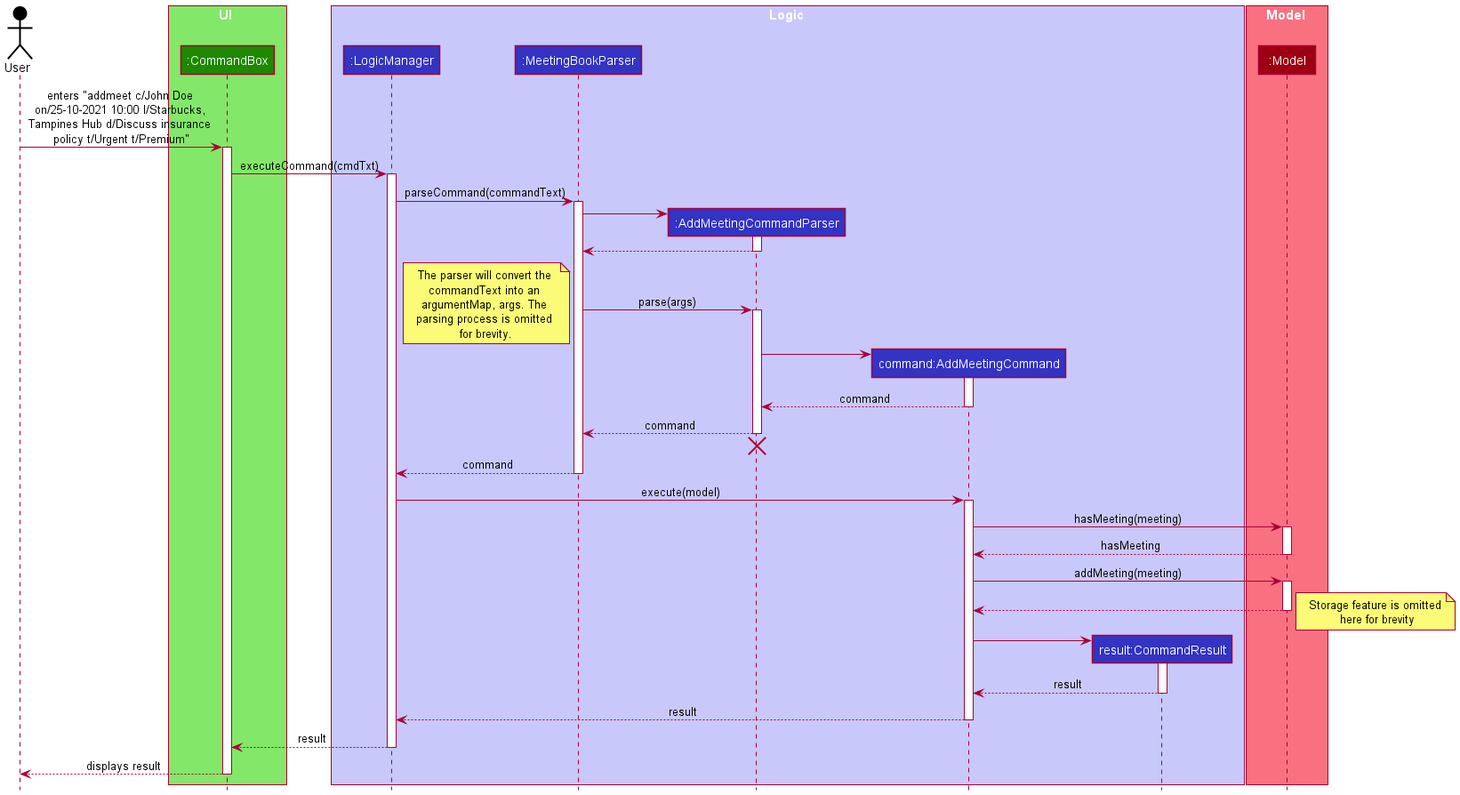
Above: docs/images/AddMeetingSequenceDiagram.png in nus-cs2103-AY2021S2/tp (PlantUML), before the change.
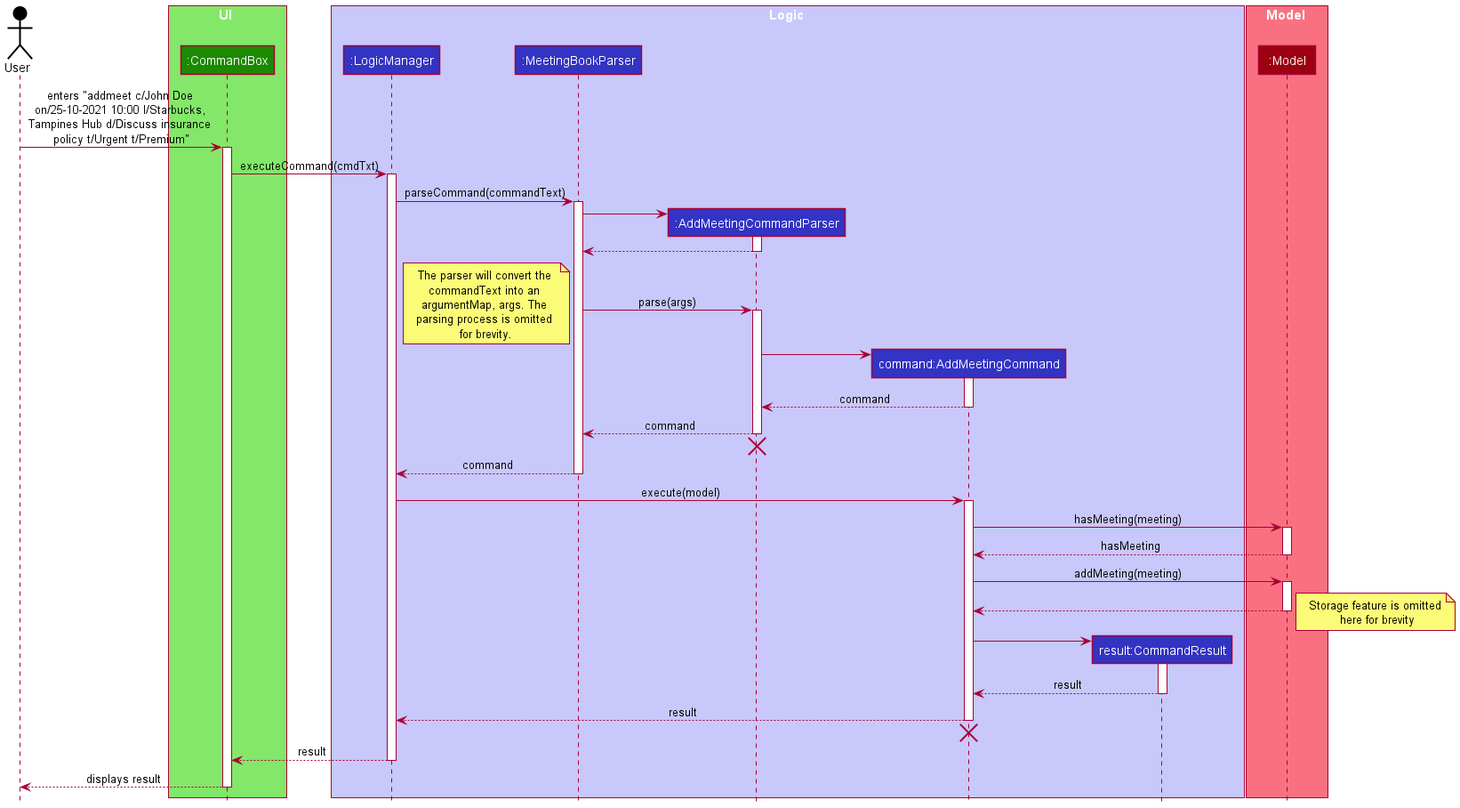
The same diagram one commit later.

Commit message:
Add findMeetingCommand sequence diagram / Add termination in other sequence diagram

Change to the diagram source:
```diff
@@ -77,6 +77,8 @@
 
 AddMeetingCommand --> LogicManager : result
 deactivate AddMeetingCommand
+AddMeetingCommand -[hidden]-> MeetingBookParser
+destroy AddMeetingCommand
 
 LogicManager --> CommandBox: result
 deactivate LogicManager
```
